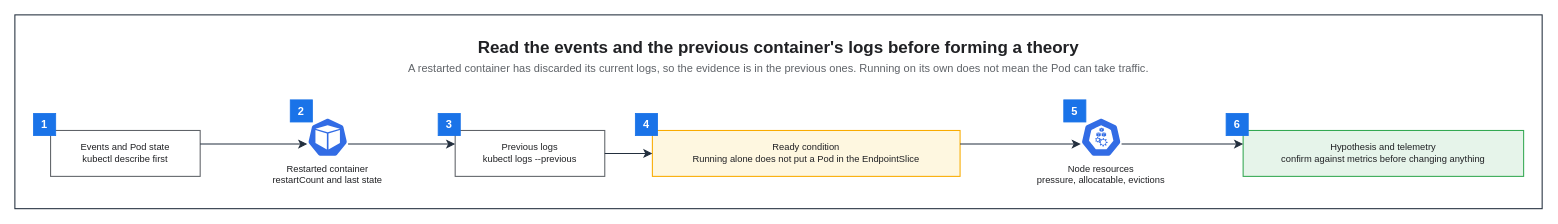
The draw.io diagram assets/img/observability/kubernetes-troubleshooting-flow.drawio in KKamJi98/kkamji98.github.io, before the edit. Source tidied: cells renumbered, new cells numbered last; positions are measured from the earlier drawing's top-left corner, leaving out a move shared by most shapes. Both pictures are drawn from the tidied source at 85%, with x=0, y=0 at pixel (14, 14).
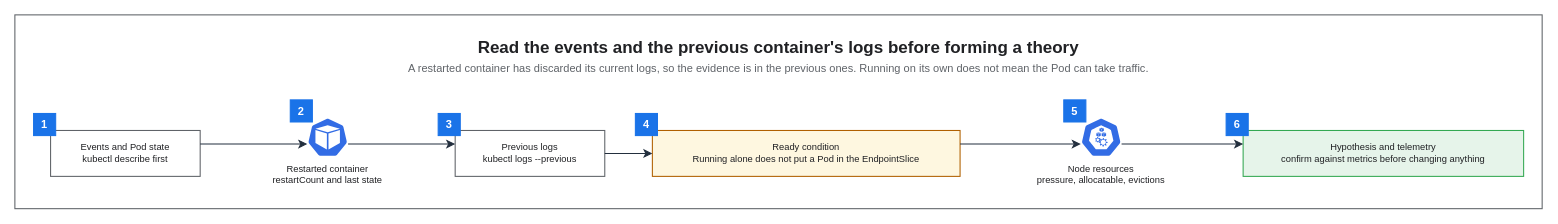
Above is the later version.

Change to the diagram source:
```diff
@@
-    <mxCell id="2" style="rounded=0;html=0;fillColor=none;strokeColor=#232F3E;fontColor=#202124;strokeWidth=1.25;" parent="1" vertex="1">
+    <mxCell id="2" style="rounded=0;html=0;fillColor=none;strokeColor=#5F6368;fontColor=#202124;strokeWidth=1.25;" parent="1" vertex="1">
       <mxGeometry width="1796.8" height="228" as="geometry" />
     </mxCell>
@@
-    <mxCell id="10" value="Ready condition&#10;Running alone does not put a Pod in the EndpointSlice" style="rounded=0;whiteSpace=wrap;html=0;fillColor=#FEF7E0;strokeColor=#F9AB00;fontColor=#202124;fontSize=11;fontStyle=0;align=center;verticalAlign=middle;spacingLeft=6;spacingRight=6;strokeWidth=1.25;" parent="1" vertex="1">
+    <mxCell id="10" value="Ready condition&#10;Running alone does not put a Pod in the EndpointSlice" style="rounded=0;whiteSpace=wrap;html=0;fillColor=#FEF7E0;strokeColor=#B06000;fontColor=#202124;fontSize=11;fontStyle=0;align=center;verticalAlign=middle;spacingLeft=6;spacingRight=6;strokeWidth=1.25;" parent="1" vertex="1">
       <mxGeometry x="750" y="136" width="362" height="54" as="geometry" />
     </mxCell>
-    <mxCell id="11" value="1" style="rounded=0;whiteSpace=wrap;html=0;fillColor=#1A73E8;strokeColor=#1A73E8;fontColor=#FFFFFF;fontSize=13;fontStyle=1;align=center;verticalAlign=middle;" parent="1" vertex="1">
+    <mxCell id="11" value="1" style="rounded=0;whiteSpace=wrap;html=0;fillColor=#1A73E8;strokeColor=#1A73E8;fontColor=#FFFFFF;fontSize=13;fontStyle=1;align=center;verticalAlign=middle;strokeWidth=1.25;" parent="1" vertex="1">
       <mxGeometry x="22" y="116" width="26" height="26" as="geometry" />
     </mxCell>
-    <mxCell id="12" value="2" style="rounded=0;whiteSpace=wrap;html=0;fillColor=#1A73E8;strokeColor=#1A73E8;fontColor=#FFFFFF;fontSize=13;fontStyle=1;align=center;verticalAlign=middle;" parent="1" vertex="1">
+    <mxCell id="12" value="2" style="rounded=0;whiteSpace=wrap;html=0;fillColor=#1A73E8;strokeColor=#1A73E8;fontColor=#FFFFFF;fontSize=13;fontStyle=1;align=center;verticalAlign=middle;strokeWidth=1.25;" parent="1" vertex="1">
       <mxGeometry x="324" y="100" width="26" height="26" as="geometry" />
     </mxCell>
-    <mxCell id="13" value="3" style="rounded=0;whiteSpace=wrap;html=0;fillColor=#1A73E8;strokeColor=#1A73E8;fontColor=#FFFFFF;fontSize=13;fontStyle=1;align=center;verticalAlign=middle;" parent="1" vertex="1">
+    <mxCell id="13" value="3" style="rounded=0;whiteSpace=wrap;html=0;fillColor=#1A73E8;strokeColor=#1A73E8;fontColor=#FFFFFF;fontSize=13;fontStyle=1;align=center;verticalAlign=middle;strokeWidth=1.25;" parent="1" vertex="1">
       <mxGeometry x="498" y="116" width="26" height="26" as="geometry" />
     </mxCell>
-    <mxCell id="14" value="5" style="rounded=0;whiteSpace=wrap;html=0;fillColor=#1A73E8;strokeColor=#1A73E8;fontColor=#FFFFFF;fontSize=13;fontStyle=1;align=center;verticalAlign=middle;" parent="1" vertex="1">
+    <mxCell id="14" value="5" style="rounded=0;whiteSpace=wrap;html=0;fillColor=#1A73E8;strokeColor=#1A73E8;fontColor=#FFFFFF;fontSize=13;fontStyle=1;align=center;verticalAlign=middle;strokeWidth=1.25;" parent="1" vertex="1">
       <mxGeometry x="1234" y="100" width="26" height="26" as="geometry" />
     </mxCell>
-    <mxCell id="15" value="6" style="rounded=0;whiteSpace=wrap;html=0;fillColor=#1A73E8;strokeColor=#1A73E8;fontColor=#FFFFFF;fontSize=13;fontStyle=1;align=center;verticalAlign=middle;" parent="1" vertex="1">
+    <mxCell id="15" value="6" style="rounded=0;whiteSpace=wrap;html=0;fillColor=#1A73E8;strokeColor=#1A73E8;fontColor=#FFFFFF;fontSize=13;fontStyle=1;align=center;verticalAlign=middle;strokeWidth=1.25;" parent="1" vertex="1">
       <mxGeometry x="1425" y="116" width="26" height="26" as="geometry" />
     </mxCell>
-    <mxCell id="16" value="4" style="rounded=0;whiteSpace=wrap;html=0;fillColor=#1A73E8;strokeColor=#1A73E8;fontColor=#FFFFFF;fontSize=13;fontStyle=1;align=center;verticalAlign=middle;" parent="1" vertex="1">
+    <mxCell id="16" value="4" style="rounded=0;whiteSpace=wrap;html=0;fillColor=#1A73E8;strokeColor=#1A73E8;fontColor=#FFFFFF;fontSize=13;fontStyle=1;align=center;verticalAlign=middle;strokeWidth=1.25;" parent="1" vertex="1">
       <mxGeometry x="730" y="116" width="26" height="26" as="geometry" />
     </mxCell>
```
